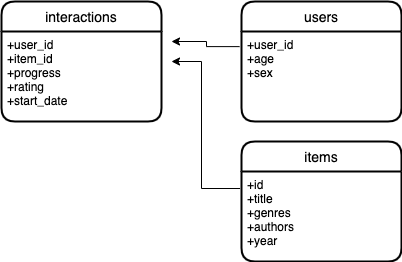
The draw.io diagram Tlek-ER.png in Issabek/tlek_ADVDBMS, before a commit. Source tidied: cells renumbered, new cells last; positions are measured from the earlier drawing's top-left corner, leaving out a move shared by most shapes.
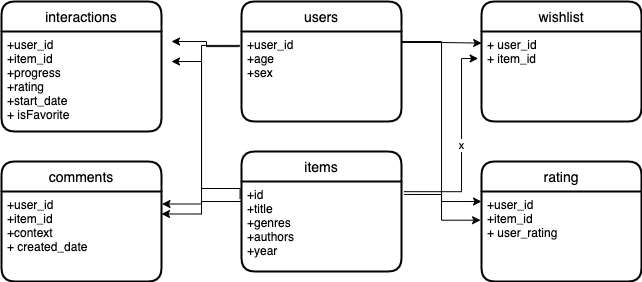
The same diagram one commit later.

Diff of the diagram source:
```diff
@@ -3,13 +3,21 @@
     <mxCell id="0" />
     <mxCell id="1" parent="0" />
     <mxCell id="2" value="interactions" style="swimlane;horizontal=1;startSize=30;rounded=1;fontSize=14;fontStyle=0;strokeWidth=2;shadow=0;dashed=0;align=center;" parent="1" vertex="1">
-      <mxGeometry width="160" height="120" as="geometry" />
+      <mxGeometry width="160" height="130" as="geometry" />
     </mxCell>
-    <mxCell id="3" value="+user_id&#10;+item_id&#10;+progress&#10;+rating&#10;+start_date" style="align=left;strokeColor=none;fillColor=none;spacingLeft=4;fontSize=12;verticalAlign=top;" parent="2" vertex="1">
-      <mxGeometry y="30" width="160" height="90" as="geometry" />
+    <mxCell id="3" value="+user_id&#10;+item_id&#10;+progress&#10;+rating&#10;+start_date&#10;+ isFavorite" style="align=left;strokeColor=none;fillColor=none;spacingLeft=4;fontSize=12;verticalAlign=top;" parent="2" vertex="1">
+      <mxGeometry y="30" width="160" height="100" as="geometry" />
     </mxCell>
+    <mxCell id="10" value="x" style="edgeStyle=orthogonalEdgeStyle;rounded=0;jettySize=auto;html=1;exitX=1.015;exitY=0.113;exitDx=0;exitDy=0;exitPerimeter=0;entryX=-0.021;entryY=0.3;entryDx=0;entryDy=0;entryPerimeter=0;" parent="1" edge="1" source="5" target="12">
+      <mxGeometry relative="1" as="geometry">
+        <Array as="points">
+          <mxPoint x="460" y="190" />
+          <mxPoint x="460" y="57" />
+        </Array>
+      </mxGeometry>
+    </mxCell>
     <mxCell id="4" value="items" style="swimlane;horizontal=1;startSize=30;rounded=1;fontSize=14;fontStyle=0;strokeWidth=2;shadow=0;dashed=0;align=center;" parent="1" vertex="1">
-      <mxGeometry x="240" y="140" width="160" height="120" as="geometry" />
+      <mxGeometry x="240" y="150" width="160" height="120" as="geometry" />
     </mxCell>
     <mxCell id="5" value="+id&#10;+title&#10;+genres&#10;+authors&#10;+year" style="align=left;strokeColor=none;fillColor=none;spacingLeft=4;fontSize=12;verticalAlign=top;" parent="4" vertex="1">
       <mxGeometry y="30" width="160" height="90" as="geometry" />
@@ -34,5 +42,45 @@
         <mxPoint x="170" y="40" as="targetPoint" />
       </mxGeometry>
     </mxCell>
+    <mxCell id="11" value="wishlist" style="swimlane;horizontal=1;startSize=30;rounded=1;fontSize=14;fontStyle=0;strokeWidth=2;shadow=0;dashed=0;align=center;" parent="1" vertex="1">
+      <mxGeometry x="480" width="160" height="120" as="geometry" />
+    </mxCell>
+    <mxCell id="12" value="+ user_id&#10;+ item_id&#10;" style="align=left;strokeColor=none;fillColor=none;spacingLeft=4;fontSize=12;verticalAlign=top;" parent="11" vertex="1">
+      <mxGeometry y="30" width="160" height="90" as="geometry" />
+    </mxCell>
+    <mxCell id="13" value="rating" style="swimlane;horizontal=1;startSize=30;rounded=1;fontSize=14;fontStyle=0;strokeWidth=2;shadow=0;dashed=0;align=center;" parent="1" vertex="1">
+      <mxGeometry x="480" y="160" width="160" height="120" as="geometry" />
+    </mxCell>
+    <mxCell id="14" value="+user_id&#10;+item_id&#10;+ user_rating" style="align=left;strokeColor=none;fillColor=none;spacingLeft=4;fontSize=12;verticalAlign=top;" parent="13" vertex="1">
+      <mxGeometry y="30" width="160" height="90" as="geometry" />
+    </mxCell>
+    <mxCell id="15" value="comments" style="swimlane;horizontal=1;startSize=30;rounded=1;fontSize=14;fontStyle=0;strokeWidth=2;shadow=0;dashed=0;align=center;" parent="1" vertex="1">
+      <mxGeometry y="160" width="160" height="120" as="geometry" />
+    </mxCell>
+    <mxCell id="16" value="+user_id&#10;+item_id&#10;+context&#10;+ created_date" style="align=left;strokeColor=none;fillColor=none;spacingLeft=4;fontSize=12;verticalAlign=top;" parent="15" vertex="1">
+      <mxGeometry y="30" width="160" height="90" as="geometry" />
+    </mxCell>
+    <mxCell id="17" style="edgeStyle=orthogonalEdgeStyle;rounded=0;jettySize=auto;html=1;entryX=1.003;entryY=0.139;entryDx=0;entryDy=0;entryPerimeter=0;exitX=-0.01;exitY=0.154;exitDx=0;exitDy=0;exitPerimeter=0;" parent="1" edge="1" source="7" target="16">
+      <mxGeometry relative="1" as="geometry" />
+    </mxCell>
+    <mxCell id="18" style="edgeStyle=orthogonalEdgeStyle;rounded=0;jettySize=auto;html=1;entryX=1;entryY=0.25;entryDx=0;entryDy=0;" parent="1" edge="1" target="16">
+      <mxGeometry relative="1" as="geometry">
+        <mxPoint x="240" y="200" as="sourcePoint" />
+      </mxGeometry>
+    </mxCell>
+    <mxCell id="19" style="edgeStyle=orthogonalEdgeStyle;rounded=0;jettySize=auto;html=1;exitX=0.997;exitY=0.122;exitDx=0;exitDy=0;entryX=0.001;entryY=0.129;entryDx=0;entryDy=0;entryPerimeter=0;exitPerimeter=0;" parent="1" edge="1" source="7" target="12">
+      <mxGeometry relative="1" as="geometry" />
+    </mxCell>
+    <mxCell id="20" style="edgeStyle=orthogonalEdgeStyle;rounded=0;jettySize=auto;html=1;entryX=0;entryY=0.111;entryDx=0;entryDy=0;entryPerimeter=0;" parent="1" edge="1" source="7" target="14">
+      <mxGeometry relative="1" as="geometry">
+        <Array as="points">
+          <mxPoint x="440" y="40" />
+          <mxPoint x="440" y="200" />
+        </Array>
+      </mxGeometry>
+    </mxCell>
+    <mxCell id="21" style="edgeStyle=orthogonalEdgeStyle;rounded=0;jettySize=auto;html=1;entryX=-0.006;entryY=0.319;entryDx=0;entryDy=0;entryPerimeter=0;exitX=1.015;exitY=0.144;exitDx=0;exitDy=0;exitPerimeter=0;" parent="1" edge="1" source="5" target="14">
+      <mxGeometry relative="1" as="geometry" />
+    </mxCell>
   </root>
 </mxGraphModel>
```
